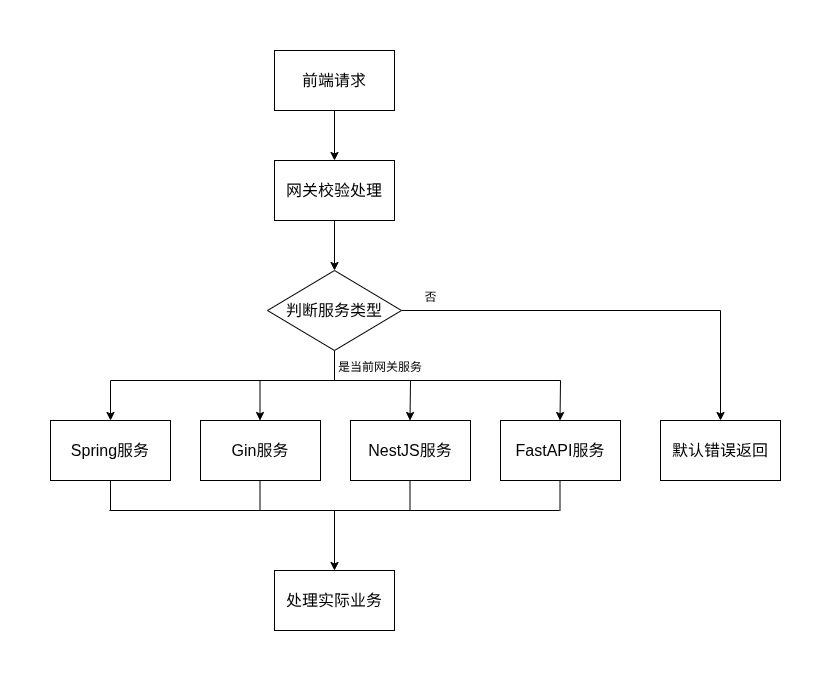
The draw.io diagram static/pic/flowchart/main.drawio.png in hongch666/mix-web-demo, before a commit. Source tidied: cells renumbered, new cells last; positions are measured from the earlier drawing's top-left corner, leaving out a move shared by most shapes.
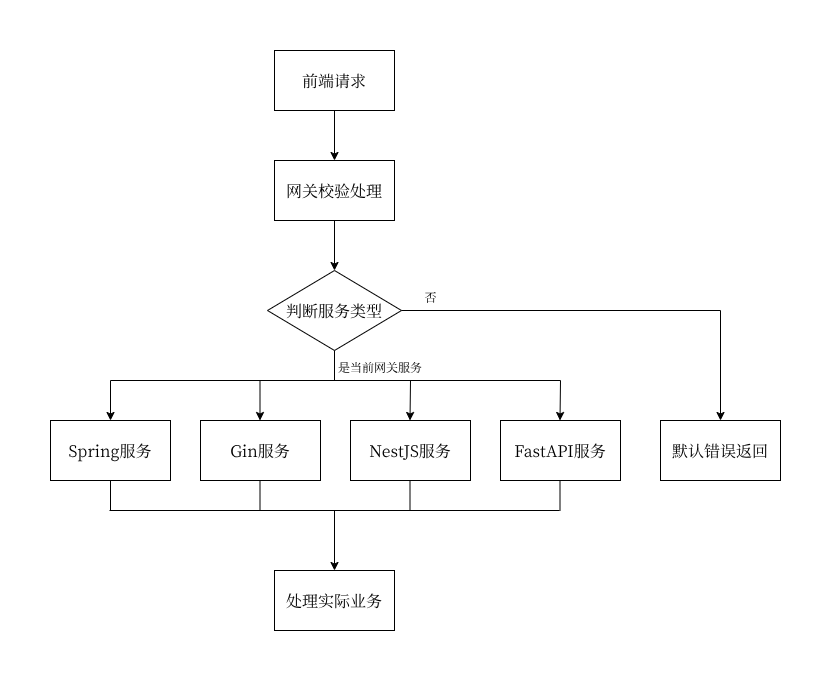
After the change.

What changed in the source:
```diff
@@ -2,136 +2,136 @@
   <root>
     <mxCell id="0" />
     <mxCell id="1" parent="0" />
-    <mxCell id="2" style="edgeStyle=none;html=1;exitX=0.5;exitY=1;exitDx=0;exitDy=0;entryX=0.5;entryY=0;entryDx=0;entryDy=0;fontSize=12;" parent="1" edge="1" source="3" target="5">
+    <mxCell id="2" style="edgeStyle=none;html=1;exitX=0.5;exitY=1;exitDx=0;exitDy=0;entryX=0.5;entryY=0;entryDx=0;entryDy=0;fontSize=12;fontFamily=宋体;" parent="1" edge="1" source="3" target="5">
       <mxGeometry relative="1" as="geometry" />
     </mxCell>
-    <mxCell id="3" value="前端请求" style="rounded=0;whiteSpace=wrap;html=1;fontSize=16;" parent="1" vertex="1">
+    <mxCell id="3" value="前端请求" style="rounded=0;whiteSpace=wrap;html=1;fontSize=16;fontFamily=宋体;" parent="1" vertex="1">
       <mxGeometry x="274" y="50" width="120" height="60" as="geometry" />
     </mxCell>
-    <mxCell id="4" style="edgeStyle=none;html=1;exitX=0.5;exitY=1;exitDx=0;exitDy=0;entryX=0.5;entryY=0;entryDx=0;entryDy=0;fontSize=12;" parent="1" edge="1" source="5" target="10">
+    <mxCell id="4" style="edgeStyle=none;html=1;exitX=0.5;exitY=1;exitDx=0;exitDy=0;entryX=0.5;entryY=0;entryDx=0;entryDy=0;fontSize=12;fontFamily=宋体;" parent="1" edge="1" source="5" target="10">
       <mxGeometry relative="1" as="geometry" />
     </mxCell>
-    <mxCell id="5" value="网关校验处理" style="rounded=0;whiteSpace=wrap;html=1;fontSize=16;" parent="1" vertex="1">
+    <mxCell id="5" value="网关校验处理" style="rounded=0;whiteSpace=wrap;html=1;fontSize=16;fontFamily=宋体;" parent="1" vertex="1">
       <mxGeometry x="274" y="160" width="120" height="60" as="geometry" />
     </mxCell>
-    <mxCell id="6" value="Spring服务" style="rounded=0;whiteSpace=wrap;html=1;fontSize=16;" parent="1" vertex="1">
+    <mxCell id="6" value="Spring服务" style="rounded=0;whiteSpace=wrap;html=1;fontSize=16;fontFamily=宋体;" parent="1" vertex="1">
       <mxGeometry x="50" y="420" width="120" height="60" as="geometry" />
     </mxCell>
-    <mxCell id="7" value="Gin服务" style="rounded=0;whiteSpace=wrap;html=1;fontSize=16;" parent="1" vertex="1">
+    <mxCell id="7" value="Gin服务" style="rounded=0;whiteSpace=wrap;html=1;fontSize=16;fontFamily=宋体;" parent="1" vertex="1">
       <mxGeometry x="200" y="420" width="120" height="60" as="geometry" />
     </mxCell>
-    <mxCell id="8" value="NestJS服务" style="rounded=0;whiteSpace=wrap;html=1;fontSize=16;" parent="1" vertex="1">
+    <mxCell id="8" value="NestJS服务" style="rounded=0;whiteSpace=wrap;html=1;fontSize=16;fontFamily=宋体;" parent="1" vertex="1">
       <mxGeometry x="350" y="420" width="120" height="60" as="geometry" />
     </mxCell>
-    <mxCell id="9" value="FastAPI服务" style="rounded=0;whiteSpace=wrap;html=1;fontSize=16;" parent="1" vertex="1">
+    <mxCell id="9" value="FastAPI服务" style="rounded=0;whiteSpace=wrap;html=1;fontSize=16;fontFamily=宋体;" parent="1" vertex="1">
       <mxGeometry x="500" y="420" width="120" height="60" as="geometry" />
     </mxCell>
-    <mxCell id="10" value="判断服务类型" style="rhombus;whiteSpace=wrap;html=1;fontSize=16;" parent="1" vertex="1">
+    <mxCell id="10" value="判断服务类型" style="rhombus;whiteSpace=wrap;html=1;fontSize=16;fontFamily=宋体;" parent="1" vertex="1">
       <mxGeometry x="267" y="270" width="134" height="80" as="geometry" />
     </mxCell>
-    <mxCell id="11" style="endArrow=none;html=1;fontSize=16;" parent="1" edge="1">
+    <mxCell id="11" style="endArrow=none;html=1;fontSize=16;fontFamily=宋体;" parent="1" edge="1">
       <mxGeometry relative="1" as="geometry">
         <mxPoint x="334" y="380" as="sourcePoint" />
         <mxPoint x="334" y="350" as="targetPoint" />
       </mxGeometry>
     </mxCell>
-    <mxCell id="12" style="endArrow=none;html=1;fontSize=16;" parent="1" edge="1">
+    <mxCell id="12" style="endArrow=none;html=1;fontSize=16;fontFamily=宋体;" parent="1" edge="1">
       <mxGeometry relative="1" as="geometry">
         <mxPoint x="110" y="380" as="sourcePoint" />
         <mxPoint x="560" y="380" as="targetPoint" />
       </mxGeometry>
     </mxCell>
-    <mxCell id="13" style="endArrow=classic;html=1;fontSize=16;" parent="1" edge="1" target="6">
+    <mxCell id="13" style="endArrow=classic;html=1;fontSize=16;fontFamily=宋体;" parent="1" edge="1" target="6">
       <mxGeometry relative="1" as="geometry">
         <mxPoint x="110" y="380" as="sourcePoint" />
       </mxGeometry>
     </mxCell>
-    <mxCell id="14" style="endArrow=classic;html=1;fontSize=16;" parent="1" edge="1">
+    <mxCell id="14" style="endArrow=classic;html=1;fontSize=16;fontFamily=宋体;" parent="1" edge="1">
       <mxGeometry relative="1" as="geometry">
         <mxPoint x="259.5" y="380" as="sourcePoint" />
         <mxPoint x="259.5" y="420" as="targetPoint" />
       </mxGeometry>
     </mxCell>
-    <mxCell id="15" style="endArrow=classic;html=1;fontSize=16;" parent="1" edge="1">
+    <mxCell id="15" style="endArrow=classic;html=1;fontSize=16;fontFamily=宋体;" parent="1" edge="1">
       <mxGeometry relative="1" as="geometry">
         <mxPoint x="410" y="380" as="sourcePoint" />
         <mxPoint x="409.5" y="420" as="targetPoint" />
       </mxGeometry>
     </mxCell>
-    <mxCell id="16" style="endArrow=classic;html=1;fontSize=16;" parent="1" edge="1">
+    <mxCell id="16" style="endArrow=classic;html=1;fontSize=16;fontFamily=宋体;" parent="1" edge="1">
       <mxGeometry relative="1" as="geometry">
         <mxPoint x="560" y="380" as="sourcePoint" />
         <mxPoint x="559.5" y="420" as="targetPoint" />
       </mxGeometry>
     </mxCell>
-    <mxCell id="17" value="&lt;font style=&quot;font-size: 12px;&quot;&gt;是当前网关服务&lt;/font&gt;" style="text;html=1;strokeColor=none;fillColor=none;align=center;verticalAlign=middle;whiteSpace=wrap;rounded=0;fontSize=16;" parent="1" vertex="1">
+    <mxCell id="17" value="&lt;font style=&quot;font-size: 12px;&quot;&gt;是当前网关服务&lt;/font&gt;" style="text;html=1;strokeColor=none;fillColor=none;align=center;verticalAlign=middle;whiteSpace=wrap;rounded=0;fontSize=16;fontFamily=宋体;" parent="1" vertex="1">
       <mxGeometry x="330" y="350" width="100" height="30" as="geometry" />
     </mxCell>
-    <mxCell id="18" value="默认错误返回" style="rounded=0;whiteSpace=wrap;html=1;fontSize=16;" parent="1" vertex="1">
+    <mxCell id="18" value="默认错误返回" style="rounded=0;whiteSpace=wrap;html=1;fontSize=16;fontFamily=宋体;" parent="1" vertex="1">
       <mxGeometry x="660" y="420" width="120" height="60" as="geometry" />
     </mxCell>
-    <mxCell id="19" style="endArrow=none;html=1;fontSize=12;" parent="1" edge="1">
+    <mxCell id="19" style="endArrow=none;html=1;fontSize=12;fontFamily=宋体;" parent="1" edge="1">
       <mxGeometry relative="1" as="geometry">
         <mxPoint x="401" y="310" as="sourcePoint" />
         <mxPoint x="720" y="310" as="targetPoint" />
       </mxGeometry>
     </mxCell>
-    <mxCell id="20" style="endArrow=classic;html=1;fontSize=12;" parent="1" edge="1" target="18">
+    <mxCell id="20" style="endArrow=classic;html=1;fontSize=12;fontFamily=宋体;" parent="1" edge="1" target="18">
       <mxGeometry relative="1" as="geometry">
         <mxPoint x="720" y="310" as="sourcePoint" />
       </mxGeometry>
     </mxCell>
-    <mxCell id="21" value="&lt;font style=&quot;font-size: 12px;&quot;&gt;否&lt;/font&gt;" style="text;html=1;strokeColor=none;fillColor=none;align=center;verticalAlign=middle;whiteSpace=wrap;rounded=0;fontSize=16;" parent="1" vertex="1">
+    <mxCell id="21" value="&lt;font style=&quot;font-size: 12px;&quot;&gt;否&lt;/font&gt;" style="text;html=1;strokeColor=none;fillColor=none;align=center;verticalAlign=middle;whiteSpace=wrap;rounded=0;fontSize=16;fontFamily=宋体;" parent="1" vertex="1">
       <mxGeometry x="401" y="280" width="59" height="30" as="geometry" />
     </mxCell>
-    <mxCell id="22" value="处理实际业务" style="rounded=0;whiteSpace=wrap;html=1;fontSize=16;" parent="1" vertex="1">
+    <mxCell id="22" value="处理实际业务" style="rounded=0;whiteSpace=wrap;html=1;fontSize=16;fontFamily=宋体;" parent="1" vertex="1">
       <mxGeometry x="274" y="570" width="120" height="60" as="geometry" />
     </mxCell>
-    <mxCell id="23" style="endArrow=none;html=1;fontSize=12;" parent="1" edge="1">
+    <mxCell id="23" style="endArrow=none;html=1;fontSize=12;fontFamily=宋体;" parent="1" edge="1">
       <mxGeometry relative="1" as="geometry">
         <mxPoint x="110" y="510" as="sourcePoint" />
         <mxPoint x="110" y="480" as="targetPoint" />
       </mxGeometry>
     </mxCell>
-    <mxCell id="24" style="endArrow=none;html=1;fontSize=12;" parent="1" edge="1">
+    <mxCell id="24" style="endArrow=none;html=1;fontSize=12;fontFamily=宋体;" parent="1" edge="1">
       <mxGeometry relative="1" as="geometry">
         <mxPoint x="259.5" y="510" as="sourcePoint" />
         <mxPoint x="259.5" y="480" as="targetPoint" />
       </mxGeometry>
     </mxCell>
-    <mxCell id="25" style="endArrow=none;html=1;fontSize=12;" parent="1" edge="1">
+    <mxCell id="25" style="endArrow=none;html=1;fontSize=12;fontFamily=宋体;" parent="1" edge="1">
       <mxGeometry relative="1" as="geometry">
         <mxPoint x="409.5" y="510" as="sourcePoint" />
         <mxPoint x="409.5" y="480" as="targetPoint" />
       </mxGeometry>
     </mxCell>
-    <mxCell id="26" style="endArrow=none;html=1;fontSize=12;" parent="1" edge="1">
+    <mxCell id="26" style="endArrow=none;html=1;fontSize=12;fontFamily=宋体;" parent="1" edge="1">
       <mxGeometry relative="1" as="geometry">
         <mxPoint x="559.5" y="510" as="sourcePoint" />
         <mxPoint x="559.5" y="480" as="targetPoint" />
       </mxGeometry>
     </mxCell>
-    <mxCell id="27" style="endArrow=none;html=1;fontSize=12;" parent="1" edge="1">
+    <mxCell id="27" style="endArrow=none;html=1;fontSize=12;fontFamily=宋体;" parent="1" edge="1">
       <mxGeometry relative="1" as="geometry">
         <mxPoint x="109" y="510" as="sourcePoint" />
         <mxPoint x="559" y="510" as="targetPoint" />
       </mxGeometry>
     </mxCell>
-    <mxCell id="28" style="endArrow=classic;html=1;fontSize=12;entryX=0.5;entryY=0;entryDx=0;entryDy=0;" parent="1" edge="1" target="22">
+    <mxCell id="28" style="endArrow=classic;html=1;fontSize=12;entryX=0.5;entryY=0;entryDx=0;entryDy=0;fontFamily=宋体;" parent="1" edge="1" target="22">
       <mxGeometry relative="1" as="geometry">
         <mxPoint x="334" y="510" as="sourcePoint" />
       </mxGeometry>
     </mxCell>
-    <mxCell id="29" style="rounded=0;whiteSpace=wrap;html=1;textOpacity=0;labelBorderColor=light-dark(#000000,#FFFFFF);fontColor=none;noLabel=1;strokeColor=none;" parent="1" vertex="1">
+    <mxCell id="29" style="rounded=0;whiteSpace=wrap;html=1;textOpacity=0;labelBorderColor=light-dark(#000000,#FFFFFF);fontColor=none;noLabel=1;strokeColor=none;fontFamily=宋体;" parent="1" vertex="1">
       <mxGeometry x="334" width="10" height="30" as="geometry" />
     </mxCell>
-    <mxCell id="30" style="rounded=0;whiteSpace=wrap;html=1;textOpacity=0;labelBorderColor=light-dark(#000000,#FFFFFF);fontColor=none;noLabel=1;strokeColor=none;" parent="1" vertex="1">
+    <mxCell id="30" style="rounded=0;whiteSpace=wrap;html=1;textOpacity=0;labelBorderColor=light-dark(#000000,#FFFFFF);fontColor=none;noLabel=1;strokeColor=none;fontFamily=宋体;" parent="1" vertex="1">
       <mxGeometry y="435" width="10" height="30" as="geometry" />
     </mxCell>
-    <mxCell id="31" style="rounded=0;whiteSpace=wrap;html=1;textOpacity=0;labelBorderColor=light-dark(#000000,#FFFFFF);fontColor=none;noLabel=1;strokeColor=none;" parent="1" vertex="1">
+    <mxCell id="31" style="rounded=0;whiteSpace=wrap;html=1;textOpacity=0;labelBorderColor=light-dark(#000000,#FFFFFF);fontColor=none;noLabel=1;strokeColor=none;fontFamily=宋体;" parent="1" vertex="1">
       <mxGeometry x="329" y="650" width="10" height="30" as="geometry" />
     </mxCell>
-    <mxCell id="32" style="rounded=0;whiteSpace=wrap;html=1;textOpacity=0;labelBorderColor=light-dark(#000000,#FFFFFF);fontColor=none;noLabel=1;strokeColor=none;" parent="1" vertex="1">
+    <mxCell id="32" style="rounded=0;whiteSpace=wrap;html=1;textOpacity=0;labelBorderColor=light-dark(#000000,#FFFFFF);fontColor=none;noLabel=1;strokeColor=none;fontFamily=宋体;" parent="1" vertex="1">
       <mxGeometry x="810" y="435" width="10" height="30" as="geometry" />
     </mxCell>
   </root>
```
